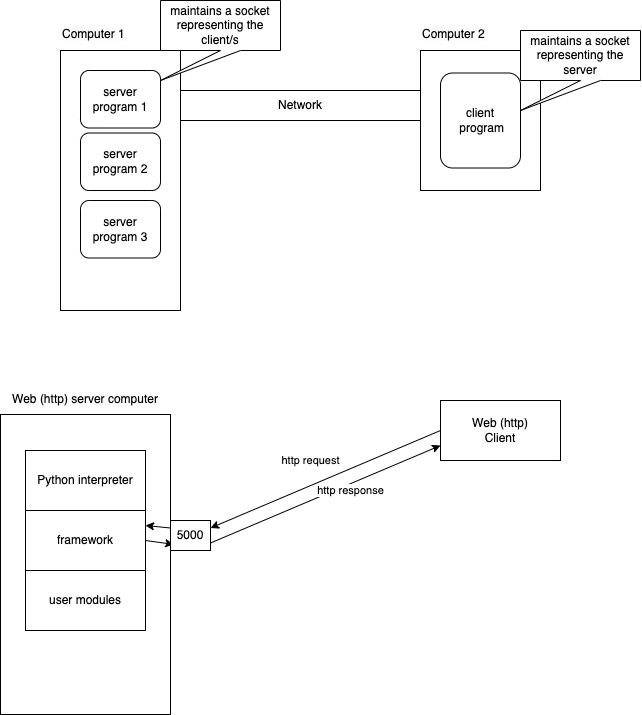
vinod-kayartaya/ABB_ADV_PYTHON_JAN_2023 keeps this draw.io diagram as networking.dio.png. Above is the earlier version. Source tidied: cells renumbered, new cells last; positions are measured from the earlier drawing's top-left corner, leaving out a move shared by most shapes.
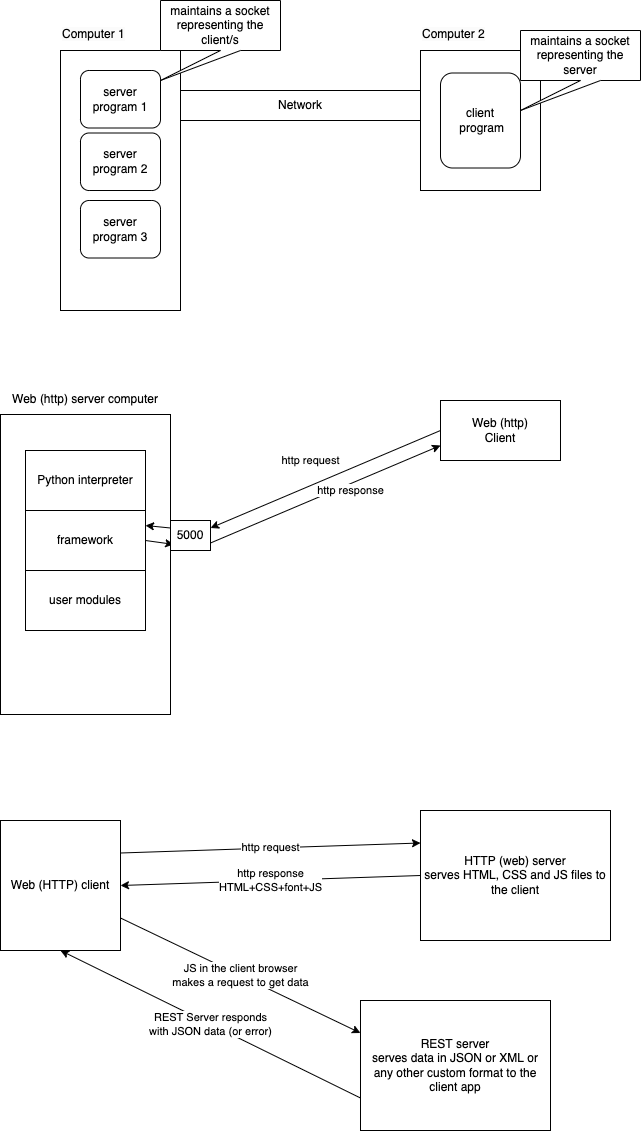
Above is the later version.

Change to the diagram source:
```diff
@@ -68,5 +68,26 @@
     <mxCell id="23" value="Web (http)&lt;br&gt;Client" style="rounded=0;whiteSpace=wrap;html=1;" parent="1" vertex="1">
       <mxGeometry x="440" y="400" width="120" height="60" as="geometry" />
     </mxCell>
+    <mxCell id="24" value="http response&lt;br&gt;HTML+CSS+font+JS" style="edgeStyle=none;html=1;exitX=0;exitY=0.5;exitDx=0;exitDy=0;entryX=1;entryY=0.5;entryDx=0;entryDy=0;" parent="1" edge="1" source="25" target="28">
+      <mxGeometry relative="1" as="geometry" />
+    </mxCell>
+    <mxCell id="25" value="HTTP (web) server&lt;br&gt;serves HTML, CSS and JS files to the client" style="rounded=0;whiteSpace=wrap;html=1;" parent="1" vertex="1">
+      <mxGeometry x="420" y="810" width="190" height="130" as="geometry" />
+    </mxCell>
+    <mxCell id="26" value="http request" style="edgeStyle=none;html=1;exitX=1;exitY=0.25;exitDx=0;exitDy=0;entryX=0;entryY=0.25;entryDx=0;entryDy=0;" parent="1" edge="1" source="28" target="25">
+      <mxGeometry relative="1" as="geometry" />
+    </mxCell>
+    <mxCell id="27" value="JS in the client browser&lt;br&gt;makes a request to get data" style="edgeStyle=none;html=1;exitX=1;exitY=0.75;exitDx=0;exitDy=0;entryX=0;entryY=0.25;entryDx=0;entryDy=0;" parent="1" edge="1" source="28" target="30">
+      <mxGeometry relative="1" as="geometry" />
+    </mxCell>
+    <mxCell id="28" value="Web (HTTP) client" style="rounded=0;whiteSpace=wrap;html=1;" parent="1" vertex="1">
+      <mxGeometry y="820" width="120" height="130" as="geometry" />
+    </mxCell>
+    <mxCell id="29" value="REST Server responds&lt;br&gt;with JSON data (or error)" style="edgeStyle=none;html=1;exitX=0;exitY=0.75;exitDx=0;exitDy=0;entryX=0.5;entryY=1;entryDx=0;entryDy=0;" parent="1" edge="1" source="30" target="28">
+      <mxGeometry relative="1" as="geometry" />
+    </mxCell>
+    <mxCell id="30" value="REST server&lt;br&gt;serves data in JSON or XML or any other custom format to the client app" style="rounded=0;whiteSpace=wrap;html=1;" parent="1" vertex="1">
+      <mxGeometry x="360" y="1000" width="190" height="130" as="geometry" />
+    </mxCell>
   </root>
 </mxGraphModel>
```
